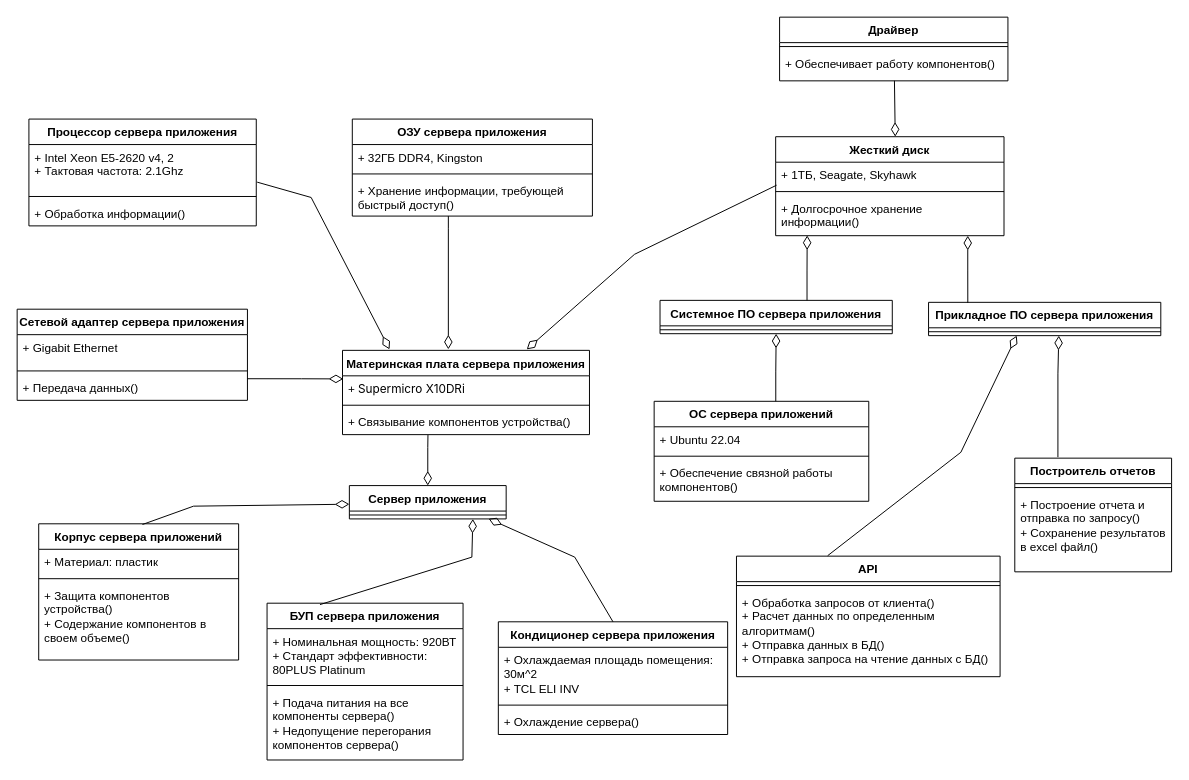
The draw.io diagram Определение проекта АИС "Сервер приложения".drawio in hiff0/db-city-council, before the edit. Source tidied: cells renumbered, new cells numbered last; positions are measured from the earlier drawing's top-left corner, leaving out a move shared by most shapes. Both pictures are drawn from the tidied source at 98%, with x=0, y=0 at pixel (17, 17).
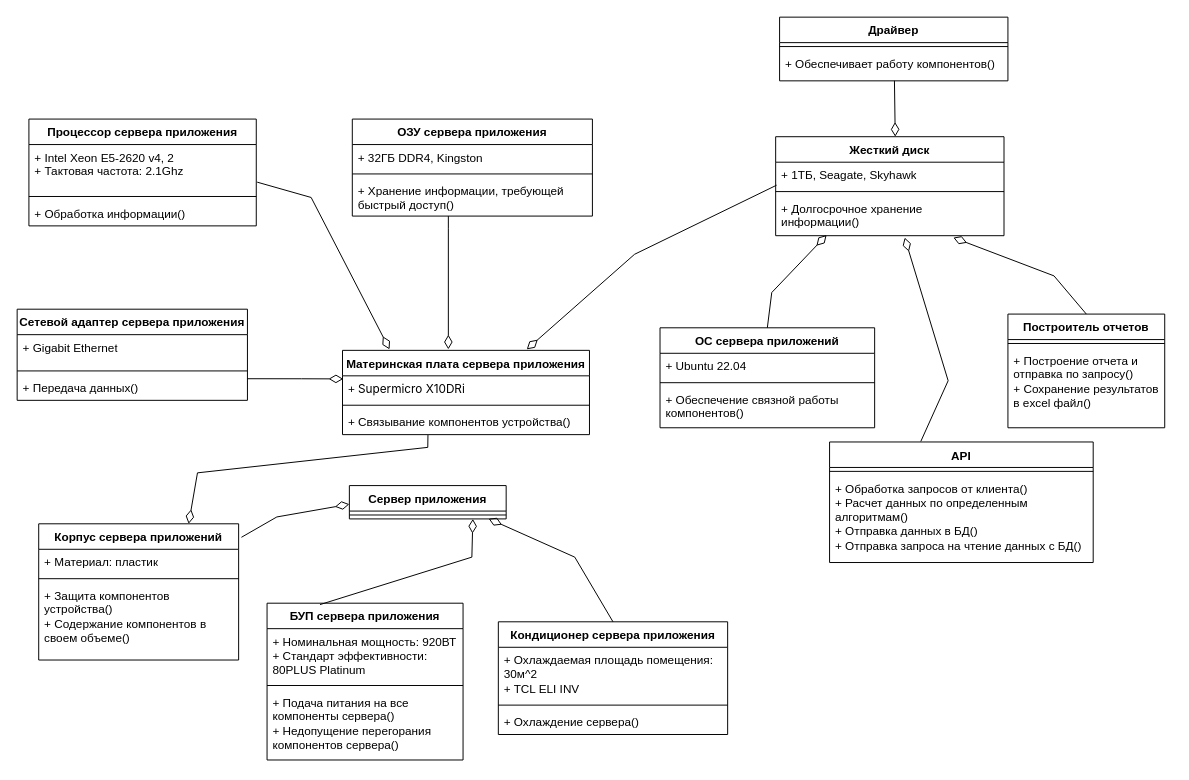
Above is the later version.

The change refers to these unchanged cells:
```xml
<mxCell id="2" value="Сервер приложения" style="swimlane;fontStyle=1;align=center;verticalAlign=top;horizontal=1;startSize=26;whiteSpace=wrap;html=1;" parent="1" vertex="1">
  <mxGeometry x="339" y="478" width="160" height="34" as="geometry" />
</mxCell>
<mxCell id="4" value="Корпус сервера приложений" style="swimlane;fontStyle=1;align=center;verticalAlign=top;horizontal=1;startSize=26;whiteSpace=wrap;html=1;" parent="1" vertex="1">
  <mxGeometry x="22" y="517" width="204" height="139" as="geometry" />
</mxCell>
<mxCell id="11" value="+ Связывание компонентов устройства()" style="text;strokeColor=none;fillColor=none;align=left;verticalAlign=top;spacingLeft=4;spacingRight=4;overflow=hidden;points=[[0,0.5],[1,0.5]];portConstraint=eastwest;whiteSpace=wrap;html=1;" parent="8" vertex="1">
  <mxGeometry y="60" width="252" height="26" as="geometry" />
</mxCell>
<mxCell id="23" value="+ Долгосрочное хранение информации()" style="text;strokeColor=none;fillColor=none;align=left;verticalAlign=top;spacingLeft=4;spacingRight=4;overflow=hidden;points=[[0,0.5],[1,0.5]];portConstraint=eastwest;whiteSpace=wrap;html=1;" parent="20" vertex="1">
  <mxGeometry y="60" width="233" height="41" as="geometry" />
</mxCell>
```

What changed in the source:
```diff
@@
-    <mxCell id="28" value="Системное ПО сервера приложения" style="swimlane;fontStyle=1;align=center;verticalAlign=top;horizontal=1;startSize=26;whiteSpace=wrap;html=1;" parent="1" vertex="1">
-      <mxGeometry x="656" y="289" width="237" height="34" as="geometry" />
-    </mxCell>
-    <mxCell id="29" style="line;strokeWidth=1;fillColor=none;align=left;verticalAlign=middle;spacingTop=-1;spacingLeft=3;spacingRight=3;labelPosition=right;strokeColor=inherit;" parent="28" vertex="1">
-      <mxGeometry y="26" width="237" height="8" as="geometry" />
-    </mxCell>
-    <mxCell id="30" value="Прикладное ПО сервера приложения" style="swimlane;fontStyle=1;align=center;verticalAlign=top;horizontal=1;startSize=26;whiteSpace=wrap;html=1;" parent="1" vertex="1">
-      <mxGeometry x="930" y="291" width="237" height="34" as="geometry" />
-    </mxCell>
-    <mxCell id="31" style="line;strokeWidth=1;fillColor=none;align=left;verticalAlign=middle;spacingTop=-1;spacingLeft=3;spacingRight=3;labelPosition=right;strokeColor=inherit;" parent="30" vertex="1">
-      <mxGeometry y="26" width="237" height="8" as="geometry" />
-    </mxCell>
     <mxCell id="32" value="ОС сервера приложений" style="swimlane;fontStyle=1;align=center;verticalAlign=top;horizontal=1;startSize=26;whiteSpace=wrap;html=1;" parent="1" vertex="1">
-      <mxGeometry x="650" y="392" width="219" height="102" as="geometry" />
+      <mxGeometry x="656" y="317" width="219" height="102" as="geometry" />
     </mxCell>
@@
     <mxCell id="36" value="API" style="swimlane;fontStyle=1;align=center;verticalAlign=top;horizontal=1;startSize=26;whiteSpace=wrap;html=1;" parent="1" vertex="1">
-      <mxGeometry x="734" y="550" width="269" height="123" as="geometry" />
+      <mxGeometry x="829" y="433.5" width="269" height="123" as="geometry" />
     </mxCell>
@@
-    <mxCell id="39" style="endArrow=diamondThin;endFill=0;endSize=12;html=1;rounded=0;exitX=0.519;exitY=0.005;exitDx=0;exitDy=0;exitPerimeter=0;" parent="1" edge="1" source="4">
+    <mxCell id="39" style="endArrow=diamondThin;endFill=0;endSize=12;html=1;rounded=0;exitX=1.014;exitY=0.099;exitDx=0;exitDy=0;exitPerimeter=0;" parent="1" edge="1" source="4">
       <mxGeometry relative="1" as="geometry">
         <mxPoint x="339" y="497" as="targetPoint" />
         <Array as="points">
-          <mxPoint x="180" y="499" />
+          <mxPoint x="265" y="510" />
         </Array>
       </mxGeometry>
     </mxCell>
-    <mxCell id="40" style="endArrow=diamondThin;endFill=0;endSize=12;html=1;rounded=0;exitX=0.346;exitY=1.016;exitDx=0;exitDy=0;exitPerimeter=0;entryX=0.5;entryY=0;entryDx=0;entryDy=0;" parent="1" edge="1" source="11" target="2">
+    <mxCell id="40" style="endArrow=diamondThin;endFill=0;endSize=12;html=1;rounded=0;exitX=0.346;exitY=1.016;exitDx=0;exitDy=0;exitPerimeter=0;entryX=0.75;entryY=0;entryDx=0;entryDy=0;" parent="1" edge="1" source="11" target="4">
       <mxGeometry relative="1" as="geometry">
         <Array as="points">
           <mxPoint x="419" y="439" />
+          <mxPoint x="184" y="465" />
         </Array>
       </mxGeometry>
     </mxCell>
@@
-    <mxCell id="45" style="endArrow=diamondThin;endFill=0;endSize=12;html=1;rounded=0;entryX=0.138;entryY=0.993;entryDx=0;entryDy=0;entryPerimeter=0;" parent="1" edge="1" target="23">
-      <mxGeometry relative="1" as="geometry">
-        <mxPoint x="806" y="289" as="sourcePoint" />
-        <Array as="points">
-          <mxPoint x="806" y="259" />
-        </Array>
-      </mxGeometry>
-    </mxCell>
-    <mxCell id="46" style="endArrow=diamondThin;endFill=0;endSize=12;html=1;rounded=0;entryX=0.138;entryY=0.993;entryDx=0;entryDy=0;entryPerimeter=0;exitX=0.169;exitY=0.014;exitDx=0;exitDy=0;exitPerimeter=0;" parent="1" edge="1" source="30">
-      <mxGeometry relative="1" as="geometry">
-        <mxPoint x="970" y="223" as="targetPoint" />
-        <Array as="points">
-          <mxPoint x="970" y="259" />
-        </Array>
-      </mxGeometry>
-    </mxCell>
-    <mxCell id="47" style="endArrow=diamondThin;endFill=0;endSize=12;html=1;rounded=0;entryX=0.5;entryY=1;entryDx=0;entryDy=0;" parent="1" edge="1" target="28">
+    <mxCell id="47" style="endArrow=diamondThin;endFill=0;endSize=12;html=1;rounded=0;entryX=0.223;entryY=0.985;entryDx=0;entryDy=0;entryPerimeter=0;exitX=0.5;exitY=0;exitDx=0;exitDy=0;" parent="1" edge="1" source="32" target="23">
       <mxGeometry relative="1" as="geometry">
-        <mxPoint x="774.1" y="392" as="sourcePoint" />
         <Array as="points">
-          <mxPoint x="774.1" y="362" />
+          <mxPoint x="770" y="281" />
         </Array>
       </mxGeometry>
     </mxCell>
-    <mxCell id="48" style="endArrow=diamondThin;endFill=0;endSize=12;html=1;rounded=0;exitX=0.346;exitY=-0.004;exitDx=0;exitDy=0;exitPerimeter=0;" parent="1" edge="1" source="36">
+    <mxCell id="48" style="endArrow=diamondThin;endFill=0;endSize=12;html=1;rounded=0;exitX=0.346;exitY=-0.004;exitDx=0;exitDy=0;exitPerimeter=0;entryX=0.565;entryY=1.047;entryDx=0;entryDy=0;entryPerimeter=0;" parent="1" edge="1" source="36" target="23">
       <mxGeometry relative="1" as="geometry">
-        <mxPoint x="1020" y="325" as="targetPoint" />
         <Array as="points">
-          <mxPoint x="963" y="444" />
+          <mxPoint x="950" y="371" />
         </Array>
       </mxGeometry>
     </mxCell>
@@
     <mxCell id="54" value="Построитель отчетов" style="swimlane;fontStyle=1;align=center;verticalAlign=top;horizontal=1;startSize=26;whiteSpace=wrap;html=1;" parent="1" vertex="1">
-      <mxGeometry x="1018" y="450" width="160" height="116" as="geometry" />
+      <mxGeometry x="1011" y="303" width="160" height="116" as="geometry" />
     </mxCell>
@@
-    <mxCell id="57" style="endArrow=diamondThin;endFill=0;endSize=12;html=1;rounded=0;entryX=0.5;entryY=1;entryDx=0;entryDy=0;" parent="1" edge="1">
+    <mxCell id="57" style="endArrow=diamondThin;endFill=0;endSize=12;html=1;rounded=0;entryX=0.778;entryY=1.047;entryDx=0;entryDy=0;entryPerimeter=0;exitX=0.5;exitY=0;exitDx=0;exitDy=0;" parent="1" edge="1" source="54" target="23">
       <mxGeometry relative="1" as="geometry">
-        <mxPoint x="1062" y="449" as="sourcePoint" />
-        <mxPoint x="1062.9" y="325" as="targetPoint" />
         <Array as="points">
-          <mxPoint x="1062" y="364" />
+          <mxPoint x="1058" y="264" />
         </Array>
       </mxGeometry>
     </mxCell>
```
